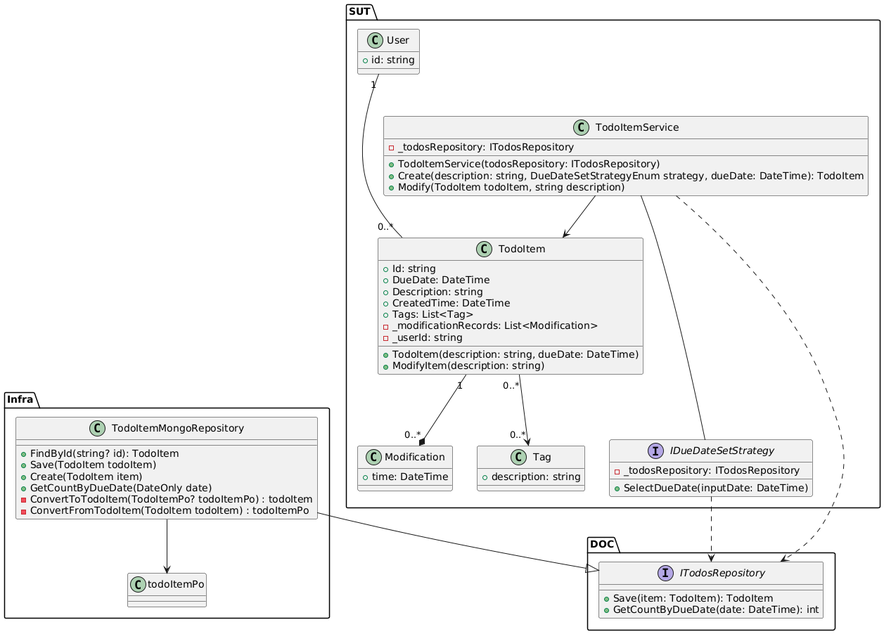
BGC-BootCamp-Team1/TodoItems keeps this PlantUML diagram as diagram/uml_diagram_2.0.png. Above is the earlier version. Its diagram source:
```plantuml
@startuml
package SUT{
  class TodoItemService {
      - _todosRepository: ITodosRepository
      + TodoItemService(todosRepository: ITodosRepository)
      + Create(description: string, DueDateSetStrategyEnum strategy, dueDate: DateTime): TodoItem
      + Modify(TodoItem todoItem, string description)
  }

  class TodoItem {
      + Id: string
      + DueDate: DateTime
      + Description: string
      + CreatedTime: DateTime
      + Tags: List<Tag>
      - _modificationRecords: List<Modification>
      - _userId: string
      + TodoItem(description: string, dueDate: DateTime)
      + ModifyItem(description: string)
  }

  class Modification {
      + time: DateTime
  }

  class User {
      + id: string
  }

  class Tag {
      + description: string
  }

  interface IDueDateSetStrategy {
      - _todosRepository: ITodosRepository
      + SelectDueDate(inputDate: DateTime)
  }
}

package DOC{
  interface ITodosRepository {
      + Save(item: TodoItem): TodoItem
      + GetCountByDueDate(date: DateTime): int
  }

}

package Infra {
  class TodoItemMongoRepository {
    + FindById(string? id): TodoItem
    + Save(TodoItem todoItem)
    + Create(TodoItem item)
    + GetCountByDueDate(DateOnly date)
    - ConvertToTodoItem(TodoItemPo? todoItemPo) : todoItem
    - ConvertFromTodoItem(TodoItem todoItem) : todoItemPo
  }

  class todoItemPo {
  }
}

TodoItemService ..> ITodosRepository
TodoItemService --> TodoItem
TodoItem "1" --* "0..*" Modification
TodoItem "0..*" --> "0..*" Tag
User "1"--- "0..*" TodoItem
TodoItemService --- IDueDateSetStrategy
IDueDateSetStrategy ..> ITodosRepository
TodoItemMongoRepository --|> ITodosRepository
TodoItemMongoRepository --> todoItemPo
@enduml
```
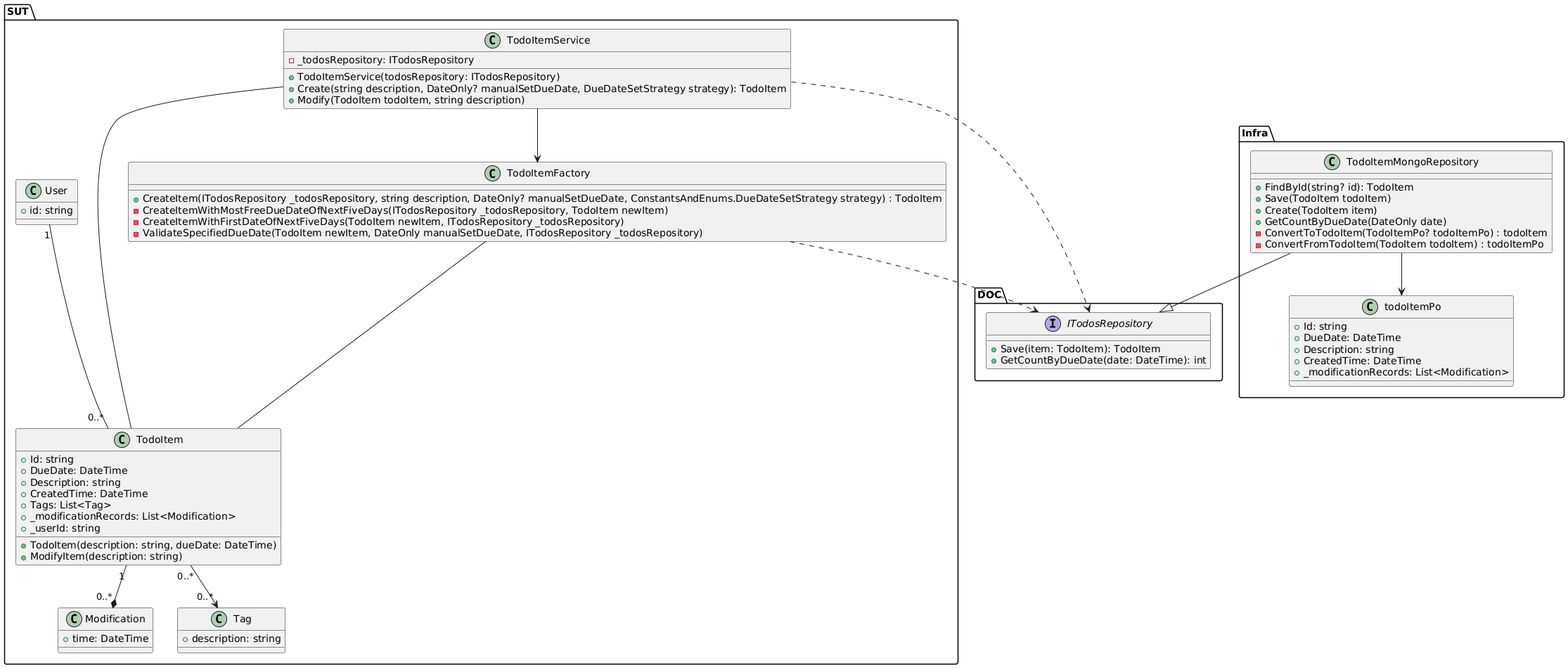
After the commit.

Diff of the diagram source:
```diff
@@ -3,8 +3,15 @@
   class TodoItemService {
       - _todosRepository: ITodosRepository
       + TodoItemService(todosRepository: ITodosRepository)
-      + Create(description: string, DueDateSetStrategyEnum strategy, dueDate: DateTime): TodoItem
+      + Create(string description, DateOnly? manualSetDueDate, DueDateSetStrategy strategy): TodoItem
       + Modify(TodoItem todoItem, string description)
+  }
+
+  class TodoItemFactory {
+      + CreateItem(ITodosRepository _todosRepository, string description, DateOnly? manualSetDueDate, ConstantsAndEnums.DueDateSetStrategy strategy) : TodoItem
+      - CreateItemWithMostFreeDueDateOfNextFiveDays(ITodosRepository _todosRepository, TodoItem newItem)
+      - CreateItemWithFirstDateOfNextFiveDays(TodoItem newItem, ITodosRepository _todosRepository)
+      - ValidateSpecifiedDueDate(TodoItem newItem, DateOnly manualSetDueDate, ITodosRepository _todosRepository)
   }
 
   class TodoItem {
@@ -13,8 +20,8 @@
       + Description: string
       + CreatedTime: DateTime
       + Tags: List<Tag>
-      - _modificationRecords: List<Modification>
-      - _userId: string
+      + _modificationRecords: List<Modification>
+      + _userId: string
       + TodoItem(description: string, dueDate: DateTime)
       + ModifyItem(description: string)
   }
@@ -29,11 +36,6 @@
 
   class Tag {
       + description: string
-  }
-
-  interface IDueDateSetStrategy {
-      - _todosRepository: ITodosRepository
-      + SelectDueDate(inputDate: DateTime)
   }
 }
 
@@ -56,16 +58,22 @@
   }
 
   class todoItemPo {
+      + Id: string
+      + DueDate: DateTime
+      + Description: string
+      + CreatedTime: DateTime
+      + _modificationRecords: List<Modification>
   }
 }
 
 TodoItemService ..> ITodosRepository
-TodoItemService --> TodoItem
+TodoItemService --> TodoItemFactory
+TodoItemFactory ..> ITodosRepository
+TodoItemFactory --- TodoItem
+TodoItemService --- TodoItem
 TodoItem "1" --* "0..*" Modification
 TodoItem "0..*" --> "0..*" Tag
 User "1"--- "0..*" TodoItem
-TodoItemService --- IDueDateSetStrategy
-IDueDateSetStrategy ..> ITodosRepository
 TodoItemMongoRepository --|> ITodosRepository
 TodoItemMongoRepository --> todoItemPo
 @enduml
```
